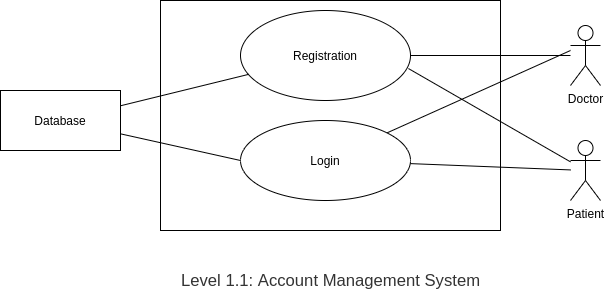
SadmanSakib5597/HackTheVerse_Peace keeps this draw.io diagram as level1.1.png. Above is the earlier version. Source tidied: cells renumbered, new cells last; positions are measured from the earlier drawing's top-left corner, leaving out a move shared by most shapes. Source of this version:
```xml
<mxGraphModel>
  <root>
    <mxCell id="0" />
    <mxCell id="1" parent="0" />
    <mxCell id="2" style="rounded=0;whiteSpace=wrap;html=1;" parent="1" vertex="1">
      <mxGeometry x="160" width="340" height="230" as="geometry" />
    </mxCell>
    <mxCell id="3" style="rounded=0;jettySize=auto;html=1;endArrow=none;endFill=0;" parent="1" edge="1" source="4" target="7">
      <mxGeometry relative="1" as="geometry" />
    </mxCell>
    <mxCell id="4" value="Doctor" style="shape=umlActor;verticalLabelPosition=bottom;verticalAlign=top;html=1;outlineConnect=0;" parent="1" vertex="1">
      <mxGeometry x="570" y="25" width="30" height="60" as="geometry" />
    </mxCell>
    <mxCell id="5" style="edgeStyle=none;rounded=0;jettySize=auto;html=1;entryX=0.988;entryY=0.645;entryDx=0;entryDy=0;entryPerimeter=0;endArrow=none;endFill=0;" parent="1" edge="1" source="6" target="7">
      <mxGeometry relative="1" as="geometry" />
    </mxCell>
    <mxCell id="6" value="Patient" style="shape=umlActor;verticalLabelPosition=bottom;verticalAlign=top;html=1;outlineConnect=0;" parent="1" vertex="1">
      <mxGeometry x="570" y="140" width="30" height="60" as="geometry" />
    </mxCell>
    <mxCell id="7" value="Registration" style="ellipse;whiteSpace=wrap;html=1;" parent="1" vertex="1">
      <mxGeometry x="240" y="10" width="170" height="90" as="geometry" />
    </mxCell>
    <mxCell id="8" style="edgeStyle=none;rounded=0;jettySize=auto;html=1;endArrow=none;endFill=0;" parent="1" edge="1" source="10" target="7">
      <mxGeometry relative="1" as="geometry" />
    </mxCell>
    <mxCell id="9" style="rounded=0;jettySize=auto;html=1;entryX=0;entryY=0.5;entryDx=0;entryDy=0;endArrow=none;endFill=0;" parent="1" edge="1" source="10" target="14">
      <mxGeometry relative="1" as="geometry" />
    </mxCell>
    <mxCell id="10" value="Database" style="rounded=0;whiteSpace=wrap;html=1;" parent="1" vertex="1">
      <mxGeometry y="90" width="120" height="60" as="geometry" />
    </mxCell>
    <mxCell id="11" value="&lt;span data-lucid-content=&quot;{&amp;#34;t&amp;#34;:&amp;#34;Level 0&amp;#34;,&amp;#34;m&amp;#34;:[{&amp;#34;s&amp;#34;:0,&amp;#34;n&amp;#34;:&amp;#34;s&amp;#34;,&amp;#34;v&amp;#34;:22.22222222222222,&amp;#34;e&amp;#34;:7},{&amp;#34;s&amp;#34;:0,&amp;#34;n&amp;#34;:&amp;#34;c&amp;#34;,&amp;#34;v&amp;#34;:&amp;#34;333333ff&amp;#34;,&amp;#34;e&amp;#34;:7}]}&quot;&gt;&lt;span style=&quot;font-size: 16.666666666666664px ; color: #333333&quot;&gt;Level 1.1: Account Management System&lt;/span&gt;&lt;/span&gt;" style="text;html=1;align=center;verticalAlign=middle;" parent="1" vertex="1">
      <mxGeometry x="175" y="270" width="310" height="20" as="geometry" />
    </mxCell>
    <mxCell id="12" style="edgeStyle=none;rounded=0;jettySize=auto;html=1;endArrow=none;endFill=0;" parent="1" edge="1" source="14">
      <mxGeometry relative="1" as="geometry">
        <mxPoint x="570" y="50" as="targetPoint" />
      </mxGeometry>
    </mxCell>
    <mxCell id="13" style="edgeStyle=none;rounded=0;jettySize=auto;html=1;endArrow=none;endFill=0;" parent="1" edge="1" source="14" target="6">
      <mxGeometry relative="1" as="geometry" />
    </mxCell>
    <mxCell id="14" value="Login" style="ellipse;whiteSpace=wrap;html=1;" parent="1" vertex="1">
      <mxGeometry x="240" y="120" width="170" height="80" as="geometry" />
    </mxCell>
  </root>
</mxGraphModel>
```
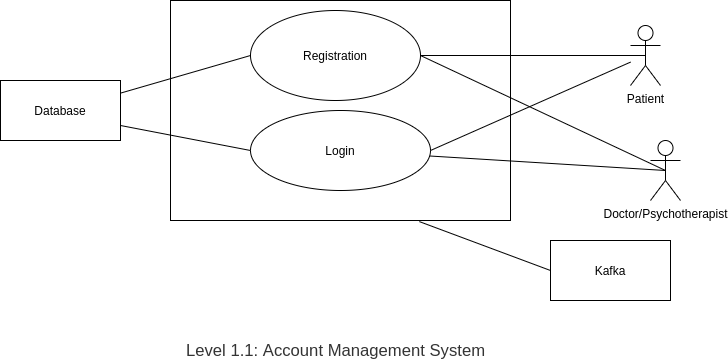
The same diagram one commit later.

Commit message:
use case diagram

The edit, as a diff of the source:
```diff
@@ -3,45 +3,51 @@
     <mxCell id="0" />
     <mxCell id="1" parent="0" />
     <mxCell id="2" style="rounded=0;whiteSpace=wrap;html=1;" parent="1" vertex="1">
-      <mxGeometry x="160" width="340" height="230" as="geometry" />
+      <mxGeometry x="160" width="340" height="220" as="geometry" />
     </mxCell>
-    <mxCell id="3" style="rounded=0;jettySize=auto;html=1;endArrow=none;endFill=0;" parent="1" edge="1" source="4" target="7">
-      <mxGeometry relative="1" as="geometry" />
-    </mxCell>
+    <mxCell id="15" style="edgeStyle=none;rounded=0;jettySize=auto;html=1;endArrow=none;endFill=0;exitX=0.5;exitY=0.5;exitDx=0;exitDy=0;exitPerimeter=0;" parent="1" edge="1" source="4">
+      <mxGeometry relative="1" as="geometry">
+        <mxPoint x="410" y="55" as="targetPoint" />
+      </mxGeometry>
+    </mxCell>
-    <mxCell id="4" value="Doctor" style="shape=umlActor;verticalLabelPosition=bottom;verticalAlign=top;html=1;outlineConnect=0;" parent="1" vertex="1">
-      <mxGeometry x="570" y="25" width="30" height="60" as="geometry" />
+    <mxCell id="4" value="Doctor/Psychotherapist" style="shape=umlActor;verticalLabelPosition=bottom;verticalAlign=top;html=1;outlineConnect=0;" parent="1" vertex="1">
+      <mxGeometry x="640" y="140" width="30" height="60" as="geometry" />
     </mxCell>
-    <mxCell id="5" style="edgeStyle=none;rounded=0;jettySize=auto;html=1;entryX=0.988;entryY=0.645;entryDx=0;entryDy=0;entryPerimeter=0;endArrow=none;endFill=0;" parent="1" edge="1" source="6" target="7">
-      <mxGeometry relative="1" as="geometry" />
-    </mxCell>
+    <mxCell id="16" style="edgeStyle=none;rounded=0;jettySize=auto;html=1;entryX=0.5;entryY=0.5;entryDx=0;entryDy=0;entryPerimeter=0;endArrow=none;endFill=0;" parent="1" edge="1" source="7" target="6">
+      <mxGeometry relative="1" as="geometry" />
+    </mxCell>
+    <mxCell id="7" value="Registration" style="ellipse;whiteSpace=wrap;html=1;" parent="1" vertex="1">
+      <mxGeometry x="240" y="10" width="170" height="90" as="geometry" />
+    </mxCell>
+    <mxCell id="11" value="&lt;span data-lucid-content=&quot;{&amp;#34;t&amp;#34;:&amp;#34;Level 0&amp;#34;,&amp;#34;m&amp;#34;:[{&amp;#34;s&amp;#34;:0,&amp;#34;n&amp;#34;:&amp;#34;s&amp;#34;,&amp;#34;v&amp;#34;:22.22222222222222,&amp;#34;e&amp;#34;:7},{&amp;#34;s&amp;#34;:0,&amp;#34;n&amp;#34;:&amp;#34;c&amp;#34;,&amp;#34;v&amp;#34;:&amp;#34;333333ff&amp;#34;,&amp;#34;e&amp;#34;:7}]}&quot;&gt;&lt;span style=&quot;font-size: 16.666666666666664px ; color: #333333&quot;&gt;Level 1.1: Account Management System&lt;/span&gt;&lt;/span&gt;" style="text;html=1;align=center;verticalAlign=middle;" parent="1" vertex="1">
+      <mxGeometry x="170" y="340" width="310" height="20" as="geometry" />
+    </mxCell>
+    <mxCell id="17" style="edgeStyle=none;rounded=0;jettySize=auto;html=1;entryX=0.5;entryY=0.5;entryDx=0;entryDy=0;entryPerimeter=0;endArrow=none;endFill=0;" parent="1" edge="1" source="14" target="4">
+      <mxGeometry relative="1" as="geometry" />
+    </mxCell>
+    <mxCell id="14" value="Login" style="ellipse;whiteSpace=wrap;html=1;" parent="1" vertex="1">
+      <mxGeometry x="240" y="110" width="180" height="80" as="geometry" />
+    </mxCell>
+    <mxCell id="18" style="rounded=0;jettySize=auto;html=1;entryX=0;entryY=0.5;entryDx=0;entryDy=0;endArrow=none;endFill=0;exitX=0.732;exitY=1.005;exitDx=0;exitDy=0;exitPerimeter=0;" parent="1" edge="1" source="2" target="20">
+      <mxGeometry relative="1" as="geometry" />
+    </mxCell>
+    <mxCell id="19" style="rounded=0;jettySize=auto;html=1;entryX=1;entryY=0.5;entryDx=0;entryDy=0;startArrow=none;startFill=0;endArrow=none;endFill=0;" parent="1" edge="1" source="6" target="14">
+      <mxGeometry relative="1" as="geometry" />
+    </mxCell>
     <mxCell id="6" value="Patient" style="shape=umlActor;verticalLabelPosition=bottom;verticalAlign=top;html=1;outlineConnect=0;" parent="1" vertex="1">
-      <mxGeometry x="570" y="140" width="30" height="60" as="geometry" />
+      <mxGeometry x="620" y="25" width="30" height="60" as="geometry" />
     </mxCell>
-    <mxCell id="7" value="Registration" style="ellipse;whiteSpace=wrap;html=1;" parent="1" vertex="1">
-      <mxGeometry x="240" y="10" width="170" height="90" as="geometry" />
-    </mxCell>
+    <mxCell id="20" value="Kafka" style="rounded=0;whiteSpace=wrap;html=1;" parent="1" vertex="1">
+      <mxGeometry x="540" y="240" width="120" height="60" as="geometry" />
+    </mxCell>
-    <mxCell id="8" style="edgeStyle=none;rounded=0;jettySize=auto;html=1;endArrow=none;endFill=0;" parent="1" edge="1" source="10" target="7">
+    <mxCell id="8" style="edgeStyle=none;rounded=0;jettySize=auto;html=1;entryX=0;entryY=0.5;entryDx=0;entryDy=0;startArrow=none;startFill=0;endArrow=none;endFill=0;" parent="1" edge="1" source="10" target="7">
       <mxGeometry relative="1" as="geometry" />
     </mxCell>
-    <mxCell id="9" style="rounded=0;jettySize=auto;html=1;entryX=0;entryY=0.5;entryDx=0;entryDy=0;endArrow=none;endFill=0;" parent="1" edge="1" source="10" target="14">
+    <mxCell id="9" style="edgeStyle=none;rounded=0;jettySize=auto;html=1;exitX=1;exitY=0.75;exitDx=0;exitDy=0;entryX=0;entryY=0.5;entryDx=0;entryDy=0;startArrow=none;startFill=0;endArrow=none;endFill=0;" parent="1" edge="1" source="10" target="14">
       <mxGeometry relative="1" as="geometry" />
     </mxCell>
     <mxCell id="10" value="Database" style="rounded=0;whiteSpace=wrap;html=1;" parent="1" vertex="1">
-      <mxGeometry y="90" width="120" height="60" as="geometry" />
+      <mxGeometry x="-10" y="80" width="120" height="60" as="geometry" />
     </mxCell>
-    <mxCell id="11" value="&lt;span data-lucid-content=&quot;{&amp;#34;t&amp;#34;:&amp;#34;Level 0&amp;#34;,&amp;#34;m&amp;#34;:[{&amp;#34;s&amp;#34;:0,&amp;#34;n&amp;#34;:&amp;#34;s&amp;#34;,&amp;#34;v&amp;#34;:22.22222222222222,&amp;#34;e&amp;#34;:7},{&amp;#34;s&amp;#34;:0,&amp;#34;n&amp;#34;:&amp;#34;c&amp;#34;,&amp;#34;v&amp;#34;:&amp;#34;333333ff&amp;#34;,&amp;#34;e&amp;#34;:7}]}&quot;&gt;&lt;span style=&quot;font-size: 16.666666666666664px ; color: #333333&quot;&gt;Level 1.1: Account Management System&lt;/span&gt;&lt;/span&gt;" style="text;html=1;align=center;verticalAlign=middle;" parent="1" vertex="1">
-      <mxGeometry x="175" y="270" width="310" height="20" as="geometry" />
-    </mxCell>
-    <mxCell id="12" style="edgeStyle=none;rounded=0;jettySize=auto;html=1;endArrow=none;endFill=0;" parent="1" edge="1" source="14">
-      <mxGeometry relative="1" as="geometry">
-        <mxPoint x="570" y="50" as="targetPoint" />
-      </mxGeometry>
-    </mxCell>
-    <mxCell id="13" style="edgeStyle=none;rounded=0;jettySize=auto;html=1;endArrow=none;endFill=0;" parent="1" edge="1" source="14" target="6">
-      <mxGeometry relative="1" as="geometry" />
-    </mxCell>
-    <mxCell id="14" value="Login" style="ellipse;whiteSpace=wrap;html=1;" parent="1" vertex="1">
-      <mxGeometry x="240" y="120" width="170" height="80" as="geometry" />
-    </mxCell>
   </root>
 </mxGraphModel>
```
